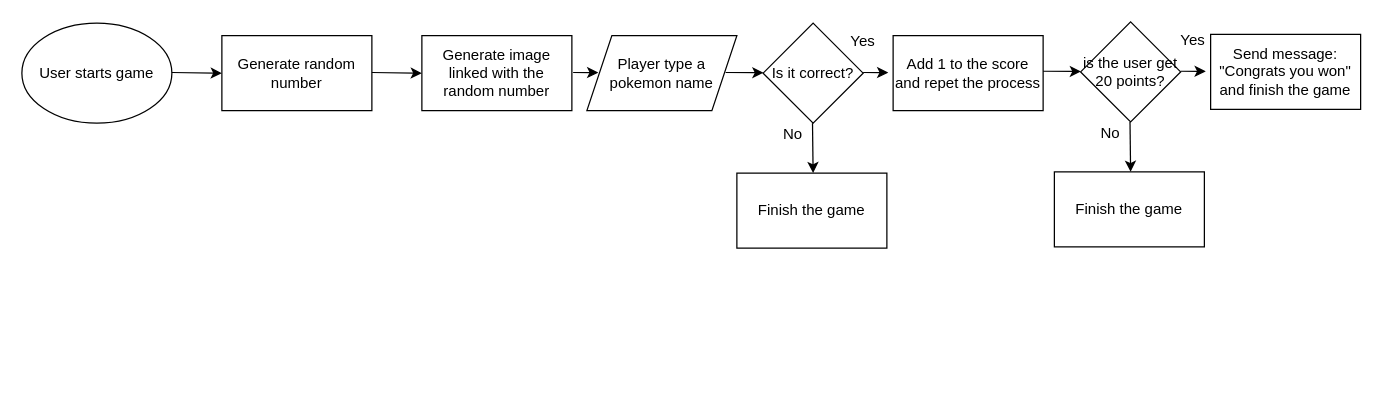
This is Diagrama sin título.drawio from ReyesRo10/guess-pokemon-game, a draw.io file, before an edit. Source tidied: cells renumbered, new cells numbered last; positions are measured from the earlier drawing's top-left corner, leaving out a move shared by most shapes. Both pictures are drawn from the tidied source at 125%, with x=0, y=0 at pixel (21, 21).
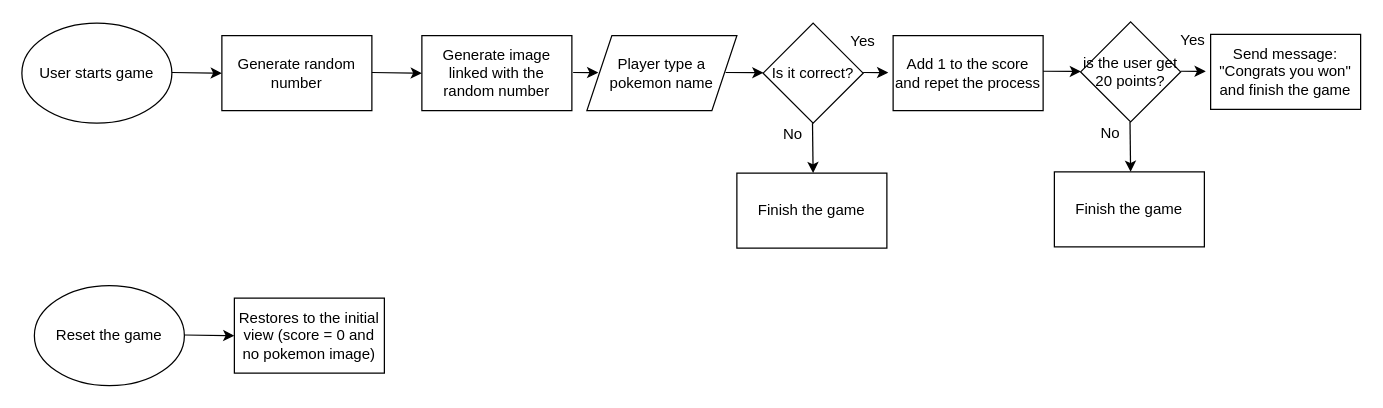
The same page after the edit.

Diff of the diagram source:
```diff
@@
+    <mxCell id="25" value="Reset the game" style="ellipse;whiteSpace=wrap;html=1;" parent="1" vertex="1">
+      <mxGeometry x="10" y="211" width="120" height="80" as="geometry" />
+    </mxCell>
+    <mxCell id="26" style="endArrow=classic;html=1;rounded=0;" parent="1" edge="1">
+      <mxGeometry relative="1" as="geometry">
+        <mxPoint x="130" y="250.5" as="sourcePoint" />
+        <mxPoint x="170" y="251" as="targetPoint" />
+      </mxGeometry>
+    </mxCell>
+    <mxCell id="27" value="Restores to the initial view (score = 0 and no pokemon image)" style="rounded=0;whiteSpace=wrap;html=1;" parent="1" vertex="1">
+      <mxGeometry x="170" y="221" width="120" height="60" as="geometry" />
+    </mxCell>
```
